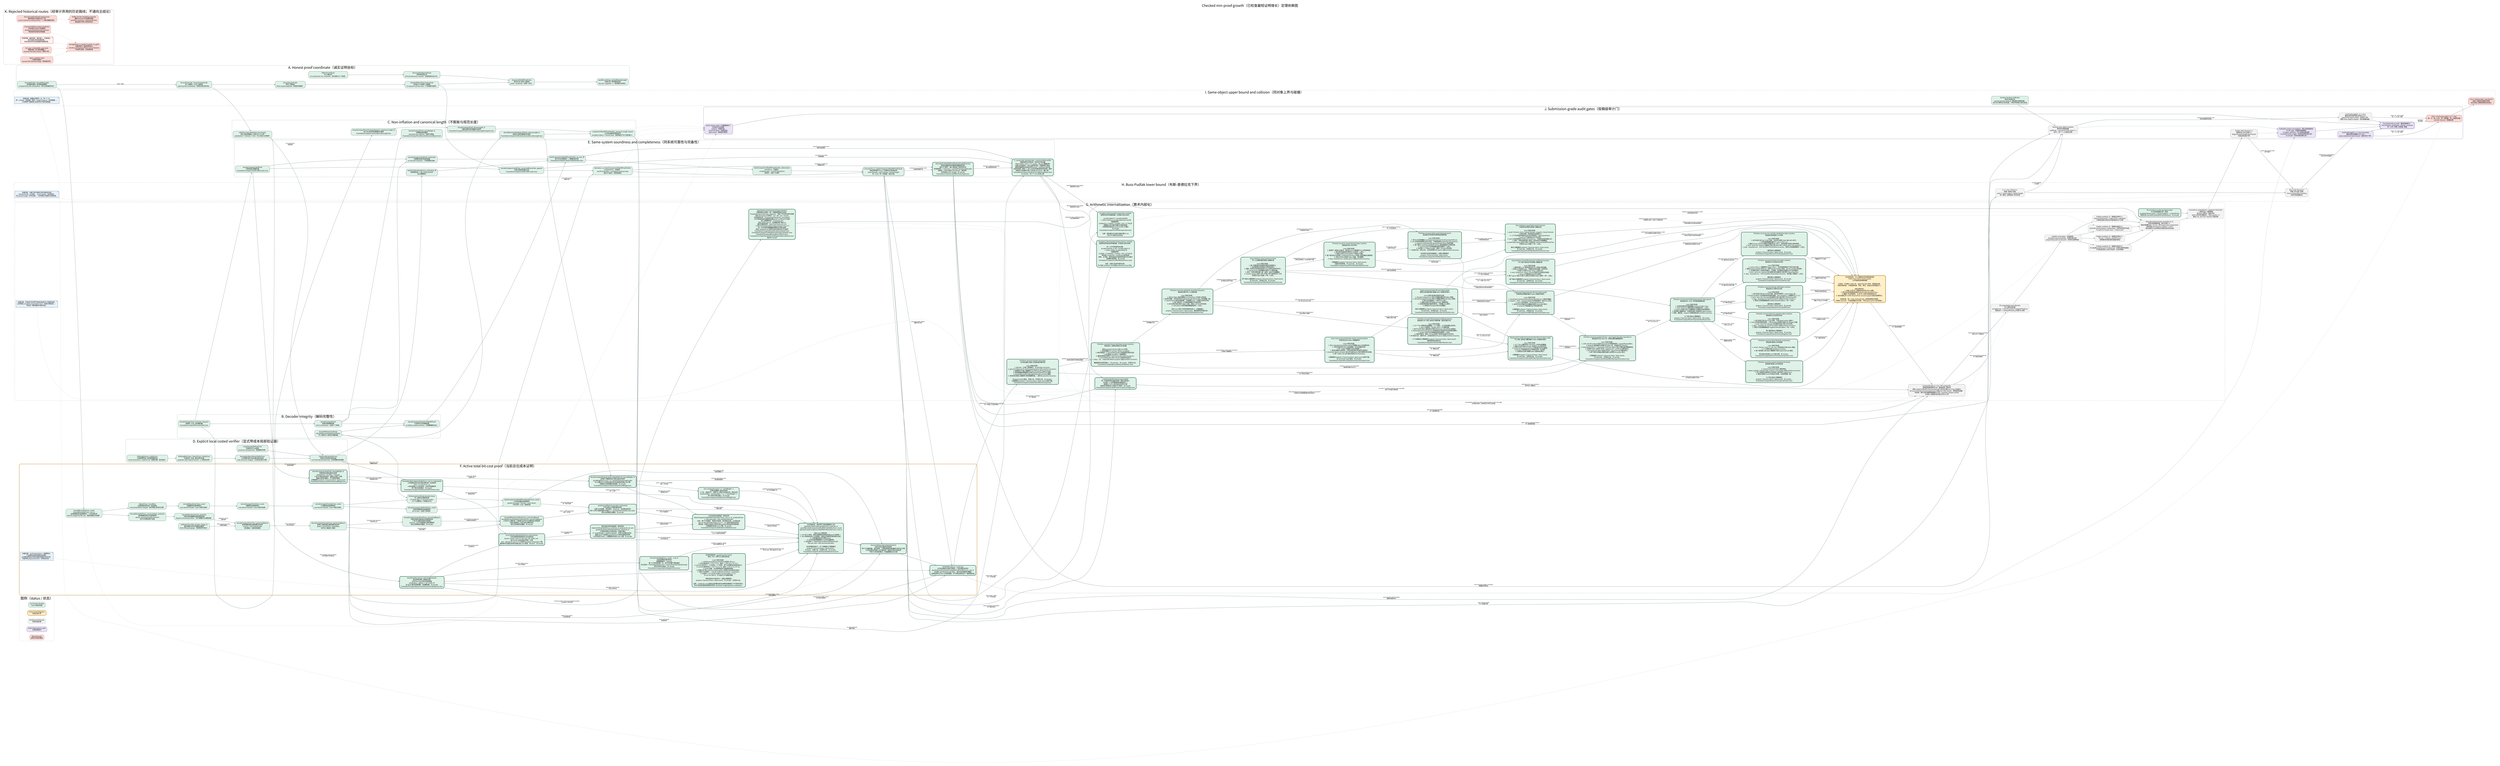
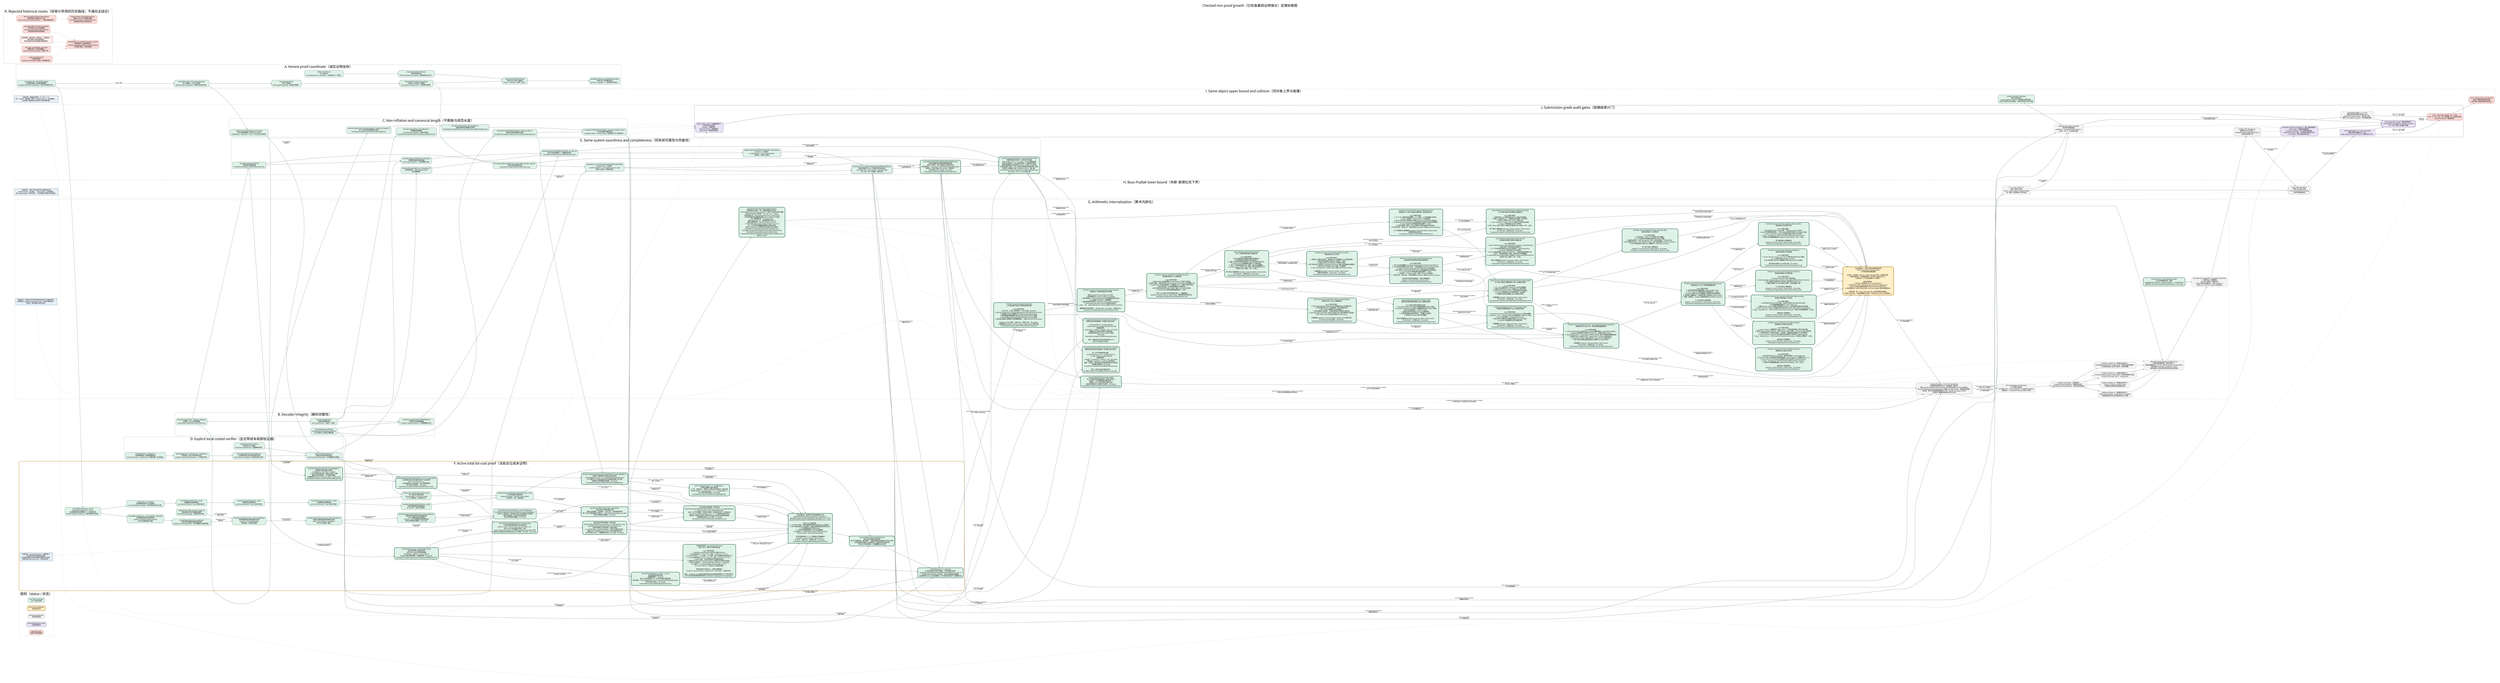
digraph CheckedMinProofDependencies {
  graph [
    rankdir=LR,
    bgcolor="white",
    compound=true,
    newrank=true,
    pad="0.35",
    nodesep="0.30",
    ranksep="0.62",
    fontname="Noto Sans CJK SC",
    fontsize=24,
    label="Checked min-proof growth（已检查最短证明增长）定理依赖图",
    labelloc="t",
    labeljust="c"
  ];
  node [
    shape=box,
    style="rounded,filled",
    fontname="Noto Sans CJK SC",
    fontsize=10.5,
    color="#526d75",
    fillcolor="#eef3f4",
    margin="0.14,0.09",
    penwidth=1.2
  ];
  edge [
    fontname="Noto Sans CJK SC",
    fontsize=8.5,
    color="#65777d",
    arrowsize=0.68,
    penwidth=1.05
  ];

  subgraph cluster_legend {
    label="图例（status / 状态）";
    color="#c8d1d4";
    style="rounded";
    done [label="Lean kernel checked\nLean 内核已检查", fillcolor="#dff2e8", color="#3f7c66"];
    active [label="Active proof obligation\n当前证明义务", fillcolor="#fff0c9", color="#b37a12", penwidth=2.2];
    pending [label="Pending root theorem\n待闭合根定理", fillcolor="#f3f3f3", color="#777777", style="rounded,filled,dashed"];
    audit [label="Axiom/dependency audit\n公理/依赖审计", fillcolor="#e9e3f5", color="#76639a"];
    rejected [label="Rejected route\n经审计弃用的路线", fillcolor="#f8d9d6", color="#a8443d", style="rounded,filled,dashed"];
  }

  subgraph cluster_coordinate {
    label="A. Honest proof coordinate（诚实证明坐标）";
    color="#8fb7aa";
    style="rounded";

    natcode [label="binaryNatCode / decodeBinaryNat\n自然数前缀码 / 自然数前缀解码\nescaped-bit prefix serialization（转义位前缀序列化）", fillcolor="#dff2e8"];
    syntaxcode [label="binaryTermCode + binaryFormulaCode\n项二进制码 + 公式二进制码\ntyped syntax serialization（类型化语法序列化）", fillcolor="#dff2e8"];
    sequentcode [label="binarySequentCode\n序列二进制码\nfinite sequent payload（有限序列载荷）", fillcolor="#dff2e8"];
    prooftree [label="CheckedPAProofTree.binaryCode\n已检查 PA 证明树二进制码\n10 sequent-calculus rules（十条相继式规则）", fillcolor="#dff2e8"];
    axiomcert [label="PAAxiomCertificate\nPA 公理证书\n23 constructors incl. induction（含归纳的 23 个构造）", fillcolor="#dff2e8"];
    structcert [label="StructuralValidityCertificate\n结构有效性证书\nall local witnesses counted（全部局部见证计长）", fillcolor="#dff2e8"];
    certifiedcode [label="binaryCertifiedPAProofCode\n带证书 PA 证明二进制码\nproof + certificate（证明 + 证书）", fillcolor="#dff2e8"];
    packedcode [label="packBinaryString / packedPayloadLength\n位串打包 / 有效载荷长度\nNat.size = payload + 1（自然数位长等式）", fillcolor="#dff2e8"];

    natcode -> syntaxcode [label="labels / 标签"];
    syntaxcode -> sequentcode;
    sequentcode -> prooftree;
    axiomcert -> structcert;
    prooftree -> certifiedcode;
    structcert -> certifiedcode;
    certifiedcode -> packedcode;
  }

  subgraph cluster_decoder {
    label="B. Decoder integrity（解码完整性）";
    color="#8fb7aa";
    style="rounded";

    typeddecoder [label="decodeCompactTerm / Formula / Sequent\n紧凑项 / 公式 / 序列解码器\nFoundationCompactPAProofVerifier.lean", fillcolor="#dff2e8"];
    proofdecoder [label="decodeCompactProof\n紧凑证明树解码器\nall 10 constructors（全部十个构造）", fillcolor="#dff2e8"];
    certdecoder [label="decodePAAxiomCertificate\ndecodeStructuralValidityCertificate\nPA 公理证书 / 结构证书解码器", fillcolor="#dff2e8"];
    packeddecoder [label="decodeCompactPackedCertifiedPAProof\n打包带证书证明解码器\nno hidden auxiliary witness（无隐藏辅助见证）", fillcolor="#dff2e8"];

    typeddecoder -> proofdecoder;
    certdecoder -> packeddecoder;
    proofdecoder -> packeddecoder;
  }

  subgraph cluster_size {
    label="C. Non-inflation and canonical length（不膨胀与规范长度）";
    color="#8fb7aa";
    style="rounded";

    structural [label="decodeCompactProof_parseWeight_le\n证明解码结构量界\nstructural non-inflation（结构不膨胀）\nFoundationCompactProofDecoderStructuralBound.lean", fillcolor="#dff2e8"];
    syntaxcanonical [label="decodeCompactTerm/Formula/Sequent_canonical_length_le\n项/公式/序列规范重编码长度界\nFoundationCompactCanonicalDecodeLength.lean", fillcolor="#dff2e8"];
    proofcanonical [label="decodeCompactProof_binaryLength_le\n完整证明树规范重编码长度界\nFoundationCompactProofCanonicalDecodeLengthComplete.lean", fillcolor="#dff2e8"];
    certcanonical [label="decodeStructuralValidityCertificate_binaryLength_le\n结构证书规范重编码长度界\nFoundationCompactCertificateCanonicalDecodeLength.lean", fillcolor="#dff2e8"];
    totalcanonical [label="compactCertifiedPAProofVerifier_canonical_length_bound\n公开验证器规范载荷总界\naccepted output <= honest input（接受输出不长于诚实输入）", fillcolor="#dff2e8"];
    transformsize [label="shift/free/neg/substitution size bounds\n移位/自由变量嵌入/否定/代入大小界\nsubstitution <= formula × term（代入至多公式乘项）", fillcolor="#dff2e8"];

    typeddecoder -> syntaxcanonical;
    proofdecoder -> structural;
    syntaxcanonical -> proofcanonical;
    certdecoder -> certcanonical;
    proofcanonical -> totalcanonical;
    certcanonical -> totalcanonical;
    syntaxcode -> transformsize;
  }

  subgraph cluster_explicit_local {
    label="D. Explicit local costed verifier（显式带成本局部验证器）";
    color="#8fb7aa";
    style="rounded";

    biteq [label="bitStringEqTrace / natEqTrace\n位串相等轨迹 / 自然数相等轨迹\nresult correctness + explicit cost（结果正确 + 显式成本）", fillcolor="#dff2e8"];
    bitset [label="bitStringMemTrace / SubsetTrace / SetEqTrace\n位串成员 / 包含 / 集合等价轨迹\nquadratic-style explicit bounds（二次型显式界）", fillcolor="#dff2e8"];
    formulalist [label="formulaEq/Mem/Subset/SetEqTrace\n公式相等/成员/包含/集合等价轨迹\ncode emission charged（公式码生成已计费）", fillcolor="#dff2e8"];
    listedtree [label="ListedCheckedPAProofTree\n列表序列 PA 证明树\npreserves decoded lists（保留解码列表）", fillcolor="#dff2e8"];
    listedcert [label="listedCertificateValidTrace\n列表证书有效性成本轨迹\nno Finset decide black box（无有限集判定黑箱）", fillcolor="#dff2e8"];

    biteq -> bitset;
    bitset -> formulalist;
    listedtree -> listedcert;
    formulalist -> listedcert;
    transformsize -> listedcert [label="local transforms\n局部变换"];
  }

  subgraph cluster_same_system {
    label="E. Same-system soundness and completeness（同系统可靠性与完备性）";
    color="#8fb7aa";
    style="rounded";

    listdecoder [label="decodeCompactListedProof\n列表保持证明解码器\nFoundationCompactListedProofDecoder.lean", fillcolor="#dff2e8"];
    projection [label="decodeCompactListedProof_toChecked\n列表解码投影到原检查器\n10-rule fuel induction（十规则燃料归纳）", fillcolor="#dff2e8"];
    localiff [label="listedCertificateValidTrace_toChecked_iff\n新局部轨迹 <-> 原 certificateValid\n语义精确等价", fillcolor="#dff2e8"];
    publiciff [label="listedCompactCertifiedPAProofVerifier_eq_true_iff\n新公开验证器接受 <-> 精确检查关系\nFoundationCompactListedCertifiedVerifier.lean", fillcolor="#dff2e8"];
    soundness [label="listedCompactCertifiedPAProofVerifier_toDerivation\nsoundness（可靠性）\naccepted code -> real PA Derivation2\n接受码 -> 真实 PA 推导", fillcolor="#dff2e8"];
    listencoder [label="decodeCompactListedProof_canonicalBinaryCode_append\n列表证明规范编码往返\nFoundationCompactListedProofEncoder.lean", fillcolor="#dff2e8"];
    completeness [label="derivation_to_listedCompactCertifiedPAProofVerifier\ncompleteness（完备性）\nreal PA derivation -> accepted canonical code\n真实 PA 推导 -> 规范接受码", fillcolor="#dff2e8"];
    predicate [label="Concrete P(x,y) / ListedCompactCertifiedPAProofChecks\n具体证明谓词 P(x,y) / 列表带证书检查关系\nsame formula + same checker + honest length\n同一公式 + 同一检查器 + 诚实长度", fillcolor="#dff2e8", penwidth=2.0];
    minmeasure [
      label="minListedCertifiedPAProofPayloadLength(formula)\n具体检查器诱导的最短完整载荷长度\n真实 PA 推导 -> 最小值由某个接受码实现\n任意接受码 -> minimum <= packedPayloadLength(code)\n接受码 -> 同公式真实 Derivation2（推导树）\n无项目级 proof_length；无 sorryAx\nFoundationCompactListedMinProofLength.lean",
      fillcolor="#dff2e8", color="#2f6f57", penwidth=2.8
    ];
    canonicalnormalize [
      label="P_canon(code, formulaCode) + canonical Bool verifier\n纯数值规范证明关系 + 规范布尔验证器\nBool verifier = true <-> P_canon，由 Lean 精确证明\n任意公开接受码 -> 同公式码规范码，完整载荷不增长\n最短完整载荷必由真实规范 proof + certificate 码实现\n全体码有限一致性 <-> 同 cutoff 的纯数值规范码有限一致性\n非规范/冗余编码不能人为压低 minimum（最小值）\nFoundationCompactListedCanonicalNormalization.lean\n无 sorryAx；仅三个 Lean 标准公理",
      fillcolor="#dff2e8", color="#2f6f57", penwidth=2.8
    ];

    typeddecoder -> listdecoder;
    listdecoder -> projection;
    proofdecoder -> projection;
    listedcert -> localiff;
    projection -> publiciff;
    localiff -> publiciff;
    packeddecoder -> publiciff;
    publiciff -> soundness;
    prooftree -> listencoder;
    listdecoder -> listencoder;
    listencoder -> completeness;
    listedcert -> completeness;
    soundness -> predicate;
    completeness -> predicate;
    predicate -> minmeasure [label="minimum over accepted codes\n对接受码取最小值"];
    completeness -> minmeasure [label="nonempty accepted set\n接受集合非空"];
    publiciff -> canonicalnormalize [label="decode every accepted code\n解码任意接受码"];
    listencoder -> canonicalnormalize [label="canonical re-encoding\n规范重编码"];
    totalcanonical -> canonicalnormalize [label="no payload growth\n载荷不增长"];
    minmeasure -> canonicalnormalize [label="minimum realized canonically\n最小值由规范码实现"];
  }

  subgraph cluster_cost_active {
    label="F. Active total bit-cost proof（当前总位成本证明）";
    color="#c18a27";
    style="rounded,bold";

    nattrace [label="decodeBinaryNatTrace_result\ndecodeBinaryNatTrace_cost_le\n自然数解码轨迹结果等价 + 二次位成本界\nNat.bit charged by Nat.size（按自然数位长收费）", fillcolor="#dff2e8", color="#3f7c66"];
    tracebind [label="OptionTrace + traceBind\n可选结果成本轨迹 + 轨迹绑定\nevery bind/failure charged（每次绑定/失败均计费）", fillcolor="#dff2e8", color="#3f7c66"];
    vectortrace [label="decodeManyVectorTrace_result\n向量解码轨迹结果等价\nLean kernel checked（Lean 内核已检查）", fillcolor="#dff2e8", color="#3f7c66"];
    termtrace [label="decodeCompactTermTrace_result\n项解码轨迹结果等价\nLean kernel checked（Lean 内核已检查）", fillcolor="#dff2e8", color="#3f7c66"];
    formulatrace [label="decodeCompactFormulaTrace_result\n公式解码轨迹结果等价\nLean kernel checked（Lean 内核已检查）", fillcolor="#dff2e8", color="#3f7c66"];
    prooftrace [label="decodeCompactListedProofTrace_result\n列表证明解码轨迹结果等价\nall 10 rules（全部十条规则）", fillcolor="#dff2e8", color="#3f7c66"];
    certtrace [label="PA/structural certificate decoder traces\nPA / 结构证书解码轨迹\n23 axiom tags + 4 recursive nodes\n23 个公理标签 + 4 种递归节点", fillcolor="#dff2e8", color="#3f7c66"];
    publictrace [label="listedCompactCertifiedPAProofVerifierTrace_result\n公开验证器轨迹结果等价\npacked envelope + formula + local checks\n打包外壳 + 公式 + 局部检查", fillcolor="#dff2e8", color="#3f7c66"];
    natpotential [label="decodeBinaryNatTrace_success/failure_potential\n自然数解码成功/失败势能界\nquartic consumed-prefix invariant\n四次已消费前缀不变量", fillcolor="#dff2e8", color="#3f7c66"];
    vectorpotential [label="decodeManyVectorTrace_potential\n任意长度向量解码摊还势能定理\ndisjoint consumed prefixes（互不重叠的已消费前缀）", fillcolor="#dff2e8", color="#3f7c66"];
    symbolcharge [label="arithmeticFunc/Rel_decode_charge_le\n算术函数/关系符号解码收费界\nfinite ORing language（有限有序环语言）", fillcolor="#dff2e8", color="#3f7c66"];
    termpotential [label="decodeCompactTermTrace_parserCostBound\n紧凑项解码器全路径摊还成本界\nsuccess + every failure path\n成功路径 + 全部失败路径", fillcolor="#dff2e8", color="#3f7c66"];
    formulapotential [label="decodeCompactFormulaTrace_parserCostBound\n紧凑公式解码器全路径摊还成本界\natoms / connectives / quantifiers\n原子式 / 联结词 / 量词", fillcolor="#dff2e8", color="#3f7c66"];
    proofpotential [
      label="decodeCompactListedProofTrace_parserCostBound\n列表证明树全路径四次势能成本界\n十条 PA 相继式规则全部通过\nand/cut 二叉子证明势能已望远镜相消\n成功/失败路径全覆盖；无 sorryAx",
      fillcolor="#dff2e8", color="#3f7c66"
    ];
    certpotential [
      label="decodePAAxiomCertificateTrace_parserCostBound\ndecodeStructuralValidityCertificateTrace_parserCostBound\n23 种 PA 公理标签 + 4 种递归证书节点全路径四次势能界\n归纳公理体和二元证书树已摊还闭合\n成功/失败路径全覆盖；无 sorryAx",
      fillcolor="#dff2e8", color="#3f7c66", penwidth=2.2
    ];
    packedcost [
      label="packed proof/formula decoder cost bounds\n打包证明/公式解码器成本界\n证明+证书串联、末位哨兵、dropLast、空后缀全部闭合\n两个公开打包解码器均不超过 2 × decoderPotential(Nat.size code)\n成功/失败路径全覆盖；无 sorryAx",
      fillcolor="#dff2e8", color="#2f6f57", penwidth=2.8
    ];
    transformcode [
      label="transformation binary-code length bounds\n语法变换完整二进制码长界\nshift/free/neg 均至多线性膨胀\nsubstitution：|phi[t]| <= 3(F+1)(W+1)F\n含 qpow 量词深度预算；无隐藏参数；无 sorryAx\nFoundationCompactSyntaxTransformationCodeBounds.lean",
      fillcolor="#dff2e8", color="#2f6f57", penwidth=2.8
    ];
    negtrace [
      label="binaryFormulaNegTrace_result / _cost_le\n否定变换真实递归轨迹\n结果精确等于 ∼formula\n每个公式构造收费一步；原子项向量不重复遍历\n执行成本 <= formulaSymbolCount <= |binaryFormulaCode(formula)|\n单文件探针已通过；无 sorryAx\nFoundationCompactSyntaxNegationTrace.lean",
      fillcolor="#dff2e8", color="#2f6f57", penwidth=2.8
    ];
    axmjoint [
      label="axm comparator input <= 2 * jointWeight + 1\n公理比较器输入联合坐标界\n上下文、候选句子、完整 PA 公理证书均落在同一诚实位权\ncertificateBits + sentenceBits + 1 <= 2 * jointWeight + 1\n四个坐标引理已通过；无 sorryAx\nFoundationCompactListedAxiomJointWeight.lean",
      fillcolor="#dff2e8", color="#2f6f57", penwidth=2.8
    ];
    honestproof [
      label="decodeCompactListedProof_honestWeight_le\n列表保持证明树诚实位权界\nweight(tree) + 8|suffix| <= 8|input|\n十条 PA 规则全部闭合；重复公式逐个计费\n覆盖任意成功解码，不只是规范编码\n公理画像仅 propext / Classical.choice / Quot.sound\nFoundationCompactListedProofHonestWeight.lean",
      fillcolor="#dff2e8", color="#2f6f57", penwidth=2.8
    ];
    honestcert [
      label="decodeCompactPackedListedCertifiedPAProof_honestWeight_le\n证明树+完整结构证书联合诚实位权界\njointWeight(tree,cert) <= 8 * packedPayloadLength(code)\nPA 公理证书 23 标签及递归证书全部由实际输入位计费\n无辅助见证和隐藏长度参数；无 sorryAx\nFoundationCompactListedCertifiedHonestWeight.lean",
      fillcolor="#dff2e8", color="#2f6f57", penwidth=2.8
    ];
    localprimitives [
      label="formulaEq/Mem/Subset/SetEqTrace_cost_le_polynomial\n公式相等/成员/包含/集合等价统一位成本界\nP(w) = 4 + 2(w+3)^2 + w\nw 是全部输入公式码位权，包含列表重复项\n四个端点全部通过；无 sorryAx\nFoundationCompactListedLocalCostPrimitives.lean",
      fillcolor="#dff2e8", color="#2f6f57", penwidth=2.8
    ];
    localbranches9 [
      label="10/10 listedCertificateValidTrace cost branches\n十条证明规则局部成本分支全部闭合\nclosed / verum / and / or / all / exs / wk / shift / cut：\n由 P(G(w)) 及生成语法界统一计费\naxm：由 A(w)=K*(2w+1)^12 的真实 guarded comparator 计费\n最终每节点固定多项式包络已由 Lean 检查；无 haxm、无 sorryAx",
      fillcolor="#dff2e8", color="#2f6f57", penwidth=2.8
    ];
    localinduction [
      label="联合坐标内部归纳骨架 + 具体实例\nlistedCertificateValidTrace_jointCost_le_polynomial_of_axm\nguardedListedCertificateValidTrace_jointCost_le\n十规则证明树/证书同步统一归纳已通过\nb = proofWeight + certificateWeight（证明+证书联合位权）\n抽象 haxm 已由真实 guarded axm 成本定理具体消除\n公开实例无 haxm；公理画像仅标准 Lean 公理；无 sorryAx",
      fillcolor="#dff2e8", color="#2f6f57", penwidth=2.8
    ];
    publicskeleton [
      label="公开总成本内部骨架 + 具体实例\nlistedCompactCertifiedPAProofVerifierTrace_cost_le_of_certificateTrace\ns = Nat.size(code) + Nat.size(formulaCode)\n合并：两个打包解码、局部证书检查、结论集合比较、公式码比较\nQ(s)=4*decoderPotential(s)+L(s)+1，L(s) 是显式固定多项式\n原先唯一内部证书成本义务现已由 guarded 联合成本定理消除\n公理画像仅标准 Lean 公理；无 sorryAx\nFoundationCompactListedPublicCostSkeleton.lean",
      fillcolor="#dff2e8", color="#2f6f57", penwidth=2.8
    ];
    publiccost [
      label="【主终端完成：具体带守卫检查器最终汇合】\nguardedListedCertificateValidTrace_jointCost_le\nguardedListedCompactCertifiedPAProofVerifierTrace_result\nguardedListedCompactCertifiedPAProofVerifierTrace_cost_le\n\n已由 Lean 内核检查：\n1. axm 的 23 标签、接受/拒绝路径和候选长度 guard 全部统一；\n2. axm 局部成本进入与证明树、结构证书相同的诚实联合位权；\n3. 十规则整树成本不再带 haxm；\n4. 公开轨迹结果精确等于公开验证器结果；\n5. 总位成本 <= listedPublicVerifierCostPolynomial(\n   Nat.size code + Nat.size formulaCode)。\n\n定向构建退出码 0；五个关键端点公理画像仅\npropext / Classical.choice / Quot.sound。\n无 haxm、无输入包、无项目公设、无 sorryAx。\nFoundationCompactListedGuardedAxiomCost.lean",
      fillcolor="#dff2e8", color="#2f6f57", penwidth=2.8
    ];
    amortized [label="Success/failure total potential bound\n成功/失败全路径总势能界\n两个打包解码器、语法变换、十规则局部检查和最终比较均已计费\n公开轨迹的所有输入对均满足同一固定多项式位成本界\n不是只分析接受路径；无隐藏辅助见证长度", fillcolor="#dff2e8", color="#2f6f57", style="rounded,filled", penwidth=2.8];
    costnote [shape=note, label="关键注释：result equivalence（结果等价）\n只证明轨迹没有改掉验证结果；\n必须再证明成功/失败全路径的固定多项式界，\n才能声称 polynomial time（多项式时间）。", fillcolor="#e8f1f8", color="#4e7892"];
    transformtrace [label="【共享终端完成：guarded axiom trace】\n移位 / 代入 / 带守卫公理比较轨迹\n\nLean 内核已检查：\n1. shift/free/substitution/list/fixitr 的真实 QTrace；\n2. fixitr 输出码长 <= 4*(L+1)^2；成本 <= 128*(m+L+1)^2*L；\n3. succInd 四次代入、三次否定、三个析取、两个全称量词全部真实执行；\n4. succInd 输出码长 <= 10^7*(L+1)^4；成本 <= 10^11*(L+1)^12；\n5. guard 完备：合法相等候选不会被提前拒绝；\n6. 接受分支 fixitr/allClosure/formulaEq 与拒绝分支总成本均闭合；\n7. 全部 23 标签统一：true iff certificate.sentence = candidate；\n8. 总成本 <= K*(certificateBits+sentenceBits+1)^12，\n   K=10^30+(3B+4)，B 为显式 26 句固定预算。\n\n两条验收命令退出码 0；关键公理画像仅\npropext / Classical.choice / Quot.sound；无 sorryAx、无项目公设。\n\n边界：certificate-only 直接生成完整归纳句在稀疏变量编号下不可能多项式；\n本节点完成的是保持接受关系的 candidate-length guarded comparator。", fillcolor="#dff2e8", color="#2f6f57", style="rounded,filled", penwidth=2.8];
    polytime [label="VerifierBitCost(x,y) <= p(|x|+|y|)\n公开验证器总位成本不超过一个显式固定多项式\nguardedListedCompactCertifiedPAProofVerifierTrace_cost_le\n对全部 code/formulaCode 成立，成功与失败路径均覆盖\n这里是项目 QTrace 位成本模型；PA 内短证明仍由下一簇单独完成", fillcolor="#dff2e8", color="#2f6f57", style="rounded,filled", penwidth=2.8];

    natcode -> nattrace;
    nattrace -> tracebind;
    tracebind -> vectortrace;
    vectortrace -> termtrace;
    termtrace -> formulatrace;
    formulatrace -> prooftrace;
    certdecoder -> certtrace;
    formulatrace -> certtrace;
    prooftrace -> publictrace;
    certtrace -> publictrace;
    publictrace -> amortized [label="exact behavior first\n先固定精确行为"];
    nattrace -> natpotential;
    natpotential -> vectorpotential;
    vectorpotential -> termpotential [label="argument vectors\n参数向量"];
    symbolcharge -> termpotential [label="finite symbol decoding\n有限符号解码"];
    termpotential -> formulapotential [label="terms inside atoms\n原子式中的项"];
    formulapotential -> proofpotential [label="formulas inside sequents\n序列中的公式"];
    proofpotential -> certpotential [label="proof/certificate alignment\n证明树/证书树对齐"];
    formulapotential -> certpotential [label="induction body\n归纳公理体"];
    certpotential -> packedcost [label="proof + certificate stream\n证明 + 证书串"];
    publictrace -> packedcost [label="same executable result\n同一可执行结果"];
    packedcost -> publiccost [label="decoded objects\n已解码对象"];
    transformsize -> transformcode [label="from symbol count to full bits\n从符号数提升到完整位长"];
    transformcode -> negtrace [label="input bit-length control\n输入位长控制"];
    negtrace -> publiccost [label="closed/cut negation charge\n闭合/切规则否定计费"];
    transformcode -> publiccost [label="generated-code bounds\n生成公式码长界"];
    listdecoder -> honestproof [label="all successful parses\n全部成功解码"];
    honestproof -> honestcert [label="proof-tree charge\n证明树计费"];
    certcanonical -> honestcert [label="full certificate bits\n完整证书位"];
    honestcert -> publiccost [label="joint decoded-data bound\n联合解码数据界"];
    honestcert -> axmjoint [label="proof + certificate coordinate\n证明 + 证书坐标"];
    axmjoint -> publiccost [label="guarded comparator input bound\n带守卫比较器输入界"];
    listedcert -> localprimitives [label="exact trace costs\n精确轨迹成本"];
    honestproof -> localprimitives [label="duplicate-preserving weights\n保留重复项位权"];
    localprimitives -> publiccost [label="uniform quadratic bound\n统一二次界"];
    localprimitives -> localbranches9 [label="per-rule instantiation\n逐规则实例化"];
    transformcode -> localbranches9 [label="generated syntax bounds\n生成语法界"];
    localbranches9 -> publiccost [label="nine checked branches\n九条已检查分支"];
    localbranches9 -> localinduction [label="structural aggregation\n结构汇总"];
    localinduction -> publiccost [label="haxm concretely discharged\nhaxm 已由具体定理消除"];
    localinduction -> publicskeleton [label="local certificate polynomial\n局部证书多项式"];
    packedcost -> publicskeleton [label="two packed decoder bounds\n两个打包解码界"];
    honestcert -> publicskeleton [label="decoded joint weight\n解码联合位权"];
    publicskeleton -> publiccost [label="concrete discharge checked\n具体消义务已检查"];
    listedcert -> publiccost [label="explicit local checks\n显式局部检查"];
    publiccost -> amortized;
    totalcanonical -> amortized [label="consumed-length control\n消费长度控制"];
    costnote -> amortized [style=dotted, arrowhead=none, constraint=false];
    transformcode -> transformtrace;
    transformtrace -> publiccost [label="guarded axm + shift/free/substitution costs\n带守卫公理 + 移位/自由化/代入成本"];
    amortized -> polytime;
    transformtrace -> polytime;
    totalcanonical -> polytime [label="input/output length control\n输入输出长度控制"];
    listedcert -> polytime [label="local cost bounds\n局部成本界"];
    predicate -> polytime [label="exact executable relation\n精确可执行关系"];
  }

  subgraph cluster_internalization {
    label="G. Arithmetic internalization（算术内部化）";
    color="#9a9a9a";
    style="rounded,dashed";

    listedconmeta [label="ListedCertifiedFiniteConsistencyAt(k)\n同一列表保持验证器的有限一致性元层语义\n无长度 <= k 的完整载荷码被接受为 ⊥\n普通及 2^(A*n) 放大版本无条件为真\n接受反向恢复同公式真实 PA 推导；无 sorryAx\nFoundationCompactListedFiniteConsistencyTarget.lean", fillcolor="#dff2e8", color="#2f6f57", penwidth=2.8];
    arithinput [label="Primitive-recursive packed input layer\n公开验证器打包输入的原始递归算术层\n\nLean 内核已检查：\n1. Nat.bits（小端二进制展开）为 primitive recursive；\n2. getLast?/dropLast 与 sentinel payload peel 均为 primitive recursive；\n3. 剥离成功 iff 输入精确等于 packBinaryString(payload)；\n4. 新剥离器结果精确等于现有 packedPayloadTrace 结果；\n5. decodeBinaryNat 已由 right-fold state machine 重建；\n6. 新状态机逐输入精确等于原前缀解码器，二者均为 primitive recursive。\n\n无 typed syntax 假设、无输入包、无项目公设、无 sorryAx；\n公理画像仅 propext / Classical.choice / Quot.sound 或其子集。\nFoundationCompactListedVerifierArithmeticInput.lean", fillcolor="#dff2e8", color="#2f6f57", penwidth=2.8];
    tokenstream [label="Primitive-recursive binary-Nat token stream machine\n原始递归二进制自然数记号流机器\n\n具体 bounded iterator 已由 Lean 检查：\n1. 状态明确区分 running / failed / accepted；\n2. 每步调用同一个 decodeBinaryNat 并保留真实剩余位串；\n3. 总步数由 inputBits+1 明确限制；\n4. 最终结果逐位串等于 repeated-prefix reference parser；\n5. binaryNatCode token stream 的规范往返成立；\n6. step、run、output 和 reference parser 全部 primitive recursive。\n\n覆盖畸形和非规范输入；无 rawCode、无 sorryAx、无项目公设。\nFoundationCompactBinaryNatStreamMachine.lean", fillcolor="#dff2e8", color="#2f6f57", penwidth=2.8];
    bitsync [label="Exact noncanonical bit/token stream synchronization\n非规范位流与 token 流精确同步\n\nLean 内核已检查：\n1. 定义 repeated decodeBinaryNat 的精确 token/位后缀关系；\n2. 关系可按任意 token 前后缀唯一切分并重新合成；\n3. 同一 token 前缀留下的位后缀唯一；\n4. 规范位编码只是特例，不把非规范高位零误判为规范码；\n5. bounded stream decoder 成功 iff 全部 token 恰好消费至空位后缀；\n6. 每个 token-list split 都对应真实 bit boundary。\n\n公理画像仅 propext / Classical.choice / Quot.sound 或其子集；\n无 canonical-input 假设、无 sorryAx。\nFoundationCompactBinaryNatStreamSynchronization.lean", fillcolor="#dff2e8", color="#2f6f57", penwidth=2.8];
    syntaxparser [label="Primitive-recursive arithmetic term/formula parser\n原始递归算术项 / 公式解析器\n\nLean 内核已检查：\n1. 纯 Nat token 状态机覆盖 bvar/fvar/func 与全部公式构造；\n2. 有序环函数、关系符号码与 typed decoder 的 decode₂ 条件精确一致；\n3. repeat frame 逐项处理参数，不按稀疏 arity 一次展开巨型任务表；\n4. 每个真实项 / 公式都有精确执行步数定理；\n5. 执行步数不超过真实 token 长度，固定二次 fuel 必然足够；\n6. 公开 parser 对规范编码精确返回同一 suffix。\n\n定向 Lean 探针与目标构建退出码 0；公理画像仅\npropext / Classical.choice / Quot.sound；静态禁用项扫描为空。\nFoundationCompactSyntaxTokenMachine.lean", fillcolor="#dff2e8", color="#2f6f57", penwidth=2.8];
    syntaxinversion [label="Exact arbitrary-input syntax inversion\n项 / 公式解析器任意输入精确反演\n\nLean 内核已检查：\n1. 每个纯数值任务栈都有类型化前缀语义；\n2. 每次数值状态转换反向保持该语义；\n3. 函数 / 关系符号有效码恢复同 arity 的真实有序环符号；\n4. repeat frame 恢复精确长度的 Fin 参数向量；\n5. 成功、失败及畸形输入统一由同一后向不变量覆盖；\n6. numeric parser 返回 suffix iff 输入等于某真实项 / 公式\n   的规范 token 前缀 ++ 同一 suffix。\n\n两个端点公理画像仅 propext / Classical.choice / Quot.sound；\n无 rawCode、无项目公设、无 sorryAx。\nFoundationCompactSyntaxTokenMachineInversion.lean", fillcolor="#dff2e8", color="#2f6f57", penwidth=2.8];
    syntaxbitsync [label="Typed syntax decoder iff exact token prefix\n类型化语法解码器与精确 token 前缀双向等价\n\nLean 内核已检查任意成功位串：\n1. decodeCompactTerm 成功 iff 精确消费该项 token 前缀；\n2. decodeCompactFormula 成功 iff 精确消费该公式 token 前缀；\n3. 两方向均保留同一个真实 bit suffix；\n4. 函数/关系符号代码由 decode₂ 精确恢复；\n5. 任意有限参数向量逐项同步，不隐藏 arity 展开；\n6. 非规范 binaryNat 表示完全覆盖。\n\n端点公理画像仅 propext / Classical.choice / Quot.sound；\n无 rawCode、无项目公设、无 sorryAx。\nFoundationCompactSyntaxBitTokenSynchronization.lean", fillcolor="#dff2e8", color="#2f6f57", penwidth=2.8];
    closedformula [label="Primitive-recursive closed-formula token machine\n原始递归闭公式记号机\n\nLean 内核已检查：\n1. 复用同一紧凑公式语法，但所有 term 位置遇到 fvar 标签即拒绝；\n2. 每次成功恢复真实类型化公式及同一 suffix；\n3. 恢复公式的 freeVariables 严格等于空集；\n4. 每个真实闭公式及每个 ArithmeticSentence 的嵌入规范编码必被接受；\n5. 成功 iff 闭公式规范 token 前缀，双向精确；\n6. step / bounded run / public parser 全部 primitive recursive。\n\n公理画像仅 propext / Classical.choice / Quot.sound；\n无额外闭性参数、无 rawCode、无 sorryAx。\nFoundationCompactClosedFormulaTokenMachine.lean", fillcolor="#dff2e8", color="#2f6f57", penwidth=2.8];
    proofparser [label="Primitive-recursive listed-proof structural parser\n原始递归列表保持证明树结构解析器\n\nLean 内核已检查：\n1. 纯 Nat 任务栈覆盖 closed/axm/verum/and/or/all/exs/wk/shift/cut；\n2. axm 标签现调用独立闭公式机，不再把普通 proposition 当 sentence；\n3. sequent cardinality 由 repeat-formula frame 逐项消费；\n4. 每个真实 ListedCheckedPAProofTree 都有精确执行步数定理；\n5. and/cut 左右子证明按编码顺序消费同一 suffix；\n6. 总步数 <= 2*tokenLength，固定二次 fuel 必然足够；\n7. 十标签分派、闭句分支、总状态机和公开 parser 全部 primitive recursive。\n\n定向探针及目标构建通过；关键公理画像仅\npropext / Classical.choice / Quot.sound。\nFoundationCompactProofTokenMachine.lean", fillcolor="#dff2e8", color="#2f6f57", penwidth=2.8];
    proofinversion [label="Exact arbitrary-input listed-proof inversion\n列表保持证明树任意输入精确反演\n\nLean 内核已检查：\n1. proof / formula / term / repeat-formula / sequent / closed-formula\n   六类任务统一具有类型化前缀语义；\n2. 十个节点标签的每条反向分支均恢复同一 typed proof tree；\n3. and/cut 严格恢复左右子树次序；\n4. axm 分支恢复真实 ArithmeticSentence，不接受含自由变量公式；\n5. 成功、失败及畸形输入由同一后向状态不变量覆盖；\n6. proof token parser 成功 iff 输入为某真实 ListedCheckedPAProofTree\n   的规范 token 前缀 ++ 同一 suffix。\n\n端点公理画像仅 propext / Classical.choice / Quot.sound；\n无 rawCode、无项目公设、无 sorryAx。\nFoundationCompactProofTokenMachineInversion.lean", fillcolor="#dff2e8", color="#2f6f57", penwidth=2.8];
    certparser [label="Primitive-recursive PA/structural certificate parsers\n原始递归 PA 公理 / 结构证书解析器（规范完备方向）\n\nLean 内核已检查：\n1. 23 个 PA 公理标签全部覆盖；0..21 固定，3/4 校验函数/关系码；\n2. tag 22 调用同一 binder-arity-1 公式解析器；\n3. 新 PA 证书 token 编码逐证书等于旧 binary code 的 Nat 前缀流；\n4. leaf/axiomCert/unary/binary 四类结构证书由显式任务栈递归解析；\n5. binary 左右子证书按编码顺序消费同一 suffix；\n6. 线性步数界、固定二次 fuel 和两个规范往返端点均已闭合；\n7. PA 标签分派、结构节点、总状态机和公开 parser 全部 primitive recursive。\n\n七个关键端点公理画像仅 propext / Classical.choice / Quot.sound；\n静态禁用项扫描为空。\nFoundationCompactCertificateTokenMachine.lean", fillcolor="#dff2e8", color="#2f6f57", penwidth=2.8];
    certinversion [label="Exact arbitrary-input PA/structural certificate inversion\nPA 公理 / 结构证书任意输入精确反演\n\nLean 内核已检查：\n1. 固定标签 0..21 逐项恢复对应 PA 公理证书构造器；\n2. 标签 3/4 恢复同 arity、同编码的真实函数 / 关系符号；\n3. 标签 22 恢复 binder-arity-1 归纳公式；\n4. leaf / axiomCert / unary / binary 四类节点全部反向恢复；\n5. binary 严格恢复左右子证书顺序；\n6. 两个 parser 成功 iff 输入为真实证书规范 token 前缀 ++ 同一 suffix。\n\n两个端点公理画像仅 propext / Classical.choice / Quot.sound；\n无 rawCode、无项目公设、无 sorryAx。\nFoundationCompactCertificateTokenMachineInversion.lean", fillcolor="#dff2e8", color="#2f6f57", penwidth=2.8];
    proofbitsync [label="Listed proof typed decoder iff exact token prefix\n列表保持证明解码器与 token 前缀双向等价\n\nLean 内核已检查：\n1. closed/axm/verum/and/or/all/exs/wk/shift/cut 十规则全覆盖；\n2. sequent、term、formula 与左右子证明保留同一真实 bit suffix；\n3. axm 分支恢复同一 ArithmeticSentence；\n4. 成功方向与完备方向均覆盖非规范 binaryNat 表示；\n5. and/cut 严格保留左右子树消费次序。\n\n公理画像仅 propext / Classical.choice / Quot.sound；\n无 rawCode、无项目公设、无 sorryAx。\nFoundationCompactProofBitTokenSynchronization.lean", fillcolor="#dff2e8", color="#2f6f57", penwidth=2.8];
    certbitsync [label="PA/structural certificate typed decoder iff exact token prefix\nPA 公理 / 结构证书解码器与 token 前缀双向等价\n\nLean 内核已检查：\n1. 23 个 PA 公理标签及 induction 公式体全部覆盖；\n2. 函数/关系符号由 decode₂ 恢复同 arity 真实符号；\n3. leaf/axiomCert/unary/binary 四类递归证书全覆盖；\n4. binary 严格保留左右证书顺序及同一位后缀；\n5. 任意成功位串与精确 token 前缀双向等价。\n\n公理画像仅 propext / Classical.choice / Quot.sound；\n无 rawCode、无项目公设、无 sorryAx。\nFoundationCompactCertificateBitTokenSynchronization.lean", fillcolor="#dff2e8", color="#2f6f57", penwidth=2.8];
    packedtokensync [label="Primitive-recursive packed stream + exact typed-decoder equivalence\n原始递归打包 token 流 + 类型化解码器精确等价\n\nLean 内核已检查：\n1. 公开 code 的 sentinel 哨兵位与 payload 剥离使用同一 packedPayloadBits；\n2. payload 逐前缀转为完整 Nat token 流，流函数已证 Primrec；\n3. listed proof tokens ++ structural certificate tokens 按公开解码顺序精确拼接；\n4. 证明码 token 流成功 iff 同一 typed proof + certificate 解码成功；\n5. formulaCode token 流成功 iff 同一 typed formula 解码成功；\n6. 两个等价均保留全载荷消费与非规范 binaryNat 表示。\n\n公理画像仅 propext / Classical.choice / Quot.sound；\n无 rawCode、无项目公设、无 sorryAx。\nFoundationCompactListedPackedBitTokenSynchronization.lean", fillcolor="#dff2e8", color="#2f6f57", penwidth=2.8];
    numericvalues [label="Primitive-recursive term/formula/sequent value parsers\n原始递归项 / 公式 / 序列数值值解析器\n\nLean 内核已检查：\n1. 在结构判断同时保留精确 canonical token slice；\n2. term 与 formula 解析返回已消费值及同一 suffix；\n3. sequent 按首 token 的基数逐公式解析并保持原顺序；\n4. 规范输入精确往返；任意成功输入恢复真实 typed syntax；\n5. 单值、重复值、sequent 总解析器全部 primitive recursive。\n\n九个审计端点公理画像仅\npropext / Classical.choice / Quot.sound；无 sorryAx。\nFoundationCompactNumericSyntaxValueParser.lean", fillcolor="#dff2e8", color="#2f6f57", penwidth=2.8];
    numericchecks [label="Primitive-recursive numeric formula-list checks\n原始递归数值公式列表检查\n\nLean 内核已检查：\n1. canonical formula token 编码单射；\n2. token equality / membership / subset / set equality 全部 primitive recursive；\n3. 四个结果在任意规范公式列表上逐点等于 typed trace；\n4. 重复元素按 Finset 外延语义处理，与原检查器一致。\n\n九个审计端点公理画像仅\npropext / Classical.choice / Quot.sound；无 sorryAx。\nFoundationCompactNumericFormulaListChecks.lean", fillcolor="#dff2e8", color="#2f6f57", penwidth=2.8];
    numericconstructors [label="Primitive-recursive direct formula constructors\n原始递归直接公式构造器\n\nLean 内核已检查：\n1. verum / falsum / and / or / all / exs 六种构造全为纯 token 函数；\n2. 六个函数全部 primitive recursive；\n3. 每个规范输入逐 token 精确等于真实 typed formula 编码。\n\n审计端点仅依赖 Lean 标准公理；无 sorryAx。\nFoundationCompactNumericFormulaConstructors.lean", fillcolor="#dff2e8", color="#2f6f57", penwidth=2.8];
    numericnegation [label="Primitive-recursive formula-negation token machine\n原始递归公式否定记号机\n\nLean 内核已检查：\n1. 运行状态只有 Nat 与 Nat 列表，不把 typed syntax 当输入；\n2. term 记号逐项原样复制，八种 formula 标签执行真实 De Morgan 对偶；\n3. term / term-list / formula 的完整任务执行语义均已闭合；\n4. step、bounded run 与公开 transform 全部 primitive recursive；\n5. 规范公式前缀精确返回 negated formula tokens + 同一 suffix。\n\n两个最终端点公理画像仅\npropext / Classical.choice / Quot.sound；无 sorryAx。\nFoundationCompactNumericFormulaNegation.lean", fillcolor="#dff2e8", color="#2f6f57", penwidth=2.8];
    numericshift [label="Primitive-recursive formula-shift token machine\n原始递归公式移位记号机\n\nLean 内核已检查：\n1. 运行状态只有 Nat 与 Nat 列表，逐任务消费同一 parser token 流；\n2. bound variable 与全部结构标签原样保留，free variable [1,i] 精确变为 [1,i+1]；\n3. term / term-list / formula 的完整执行语义逐点等于 Rewriting.shift；\n4. step、bounded run 与公开 transform 全部 primitive recursive；\n5. 规范公式前缀精确返回 shifted formula tokens + 同一 suffix。\n\n最终端点公理画像仅\npropext / Classical.choice / Quot.sound；无 sorryAx。\nFoundationCompactNumericFormulaShift.lean", fillcolor="#dff2e8", color="#2f6f57", penwidth=2.8];
    numericfree [label="Primitive-recursive formula-free token machine\n原始递归公式自由化记号机\n\nLean 内核已检查：\n1. source arity n+1 精确降到 target arity n，任务栈携带量词下真实当前元数；\n2. 最后 bound variable 变为 &0，较早 bound variable 保持，旧 free variable 取后继；\n3. 仅消费长度为 2 的真实变量头，空消费、失败路径及函数头均不会误触发；\n4. term / term-list / formula 沿元数等式的完整语义逐点等于 Rewriting.free；\n5. step、bounded run、公开 transform 均 primitive recursive，规范输入保留同一 suffix。\n\n最终端点公理画像仅\npropext / Classical.choice / Quot.sound；无 sorryAx。\nFoundationCompactNumericFormulaFree.lean", fillcolor="#dff2e8", color="#2f6f57", penwidth=2.8];
    numericsubstitution [label="Primitive-recursive one-variable substitution token machine\n原始递归单变量代入记号机\n\nLean 内核已检查：\n1. 运行状态只有 Nat 与 Nat 列表，见证项以固定 token 输入进入迭代；\n2. 任务栈精确跟踪量词下 source arity 1+d；\n3. 最后 bound variable 替换为完整闭见证 token，其余变量与结构头原样保留；\n4. term / term-list / formula 完整执行语义逐 token 等于 ((Rew.subst ![w]).qpow d)；\n5. step、bounded run、公开 transform 均 primitive recursive，规范公式前缀保留同一 suffix。\n\n最终端点公理画像仅\npropext / Classical.choice / Quot.sound；无 sorryAx。\nFoundationCompactNumericFormulaSubstitution.lean", fillcolor="#dff2e8", color="#2f6f57", penwidth=2.8];
-     numericparser [label="【主终端当前：PA 公理候选句的纯数值构造】\nPublic local-check numeric graph\n公开局部检查纯数值图\n\n已闭合：打包输入 token 化、typed decoder 同步、数值语法值、\n四类列表检查、六种直接构造、否定、移位、自由化及单变量代入。\n\n当前证明任务：\n1. 构造 23 类 PA 公理候选句的纯 token 运算；\n2. 用已闭合检查逐规则复现 listedCertificateValidTrace；\n3. 覆盖十条证明规则、23 类 PA 公理与四类结构证书；\n4. 闭合完整公开 verifier 的 primitive-recursive graph 及逐点结果等式。\n\n完成标准：同一 code / formulaCode 上接受结果逐点相等；\n不借旧 rawCode，不增加隐藏见证长度，不把 typed syntax 当外部输入。", fillcolor="#fff0c9", color="#b37a12", penwidth=2.8];
+     numericfixedaxioms [label="Primitive-recursive fixed PA-axiom sentence table\n原始递归固定 PA 公理句表\n\nLean 内核已检查：\n1. 证书标签 0..21 的 22 个非归纳分支全覆盖；\n2. 20 个无参数公理直接返回规范句 token 常量；\n3. 函数外延按 4 个合法 (arity,code) 分派，关系外延按 2 个合法对分派；\n4. 输入/输出只有 Nat、Nat×Nat 和 List Nat，整个查表函数 primitive recursive；\n5. 每个规范固定证书逐 token 精确等于 certificate.sentence。\n\n五个审计端点公理画像仅\npropext / Classical.choice / Quot.sound；无 sorryAx。\nFoundationCompactNumericFixedPAAxiomSentence.lean", fillcolor="#dff2e8", color="#2f6f57", penwidth=2.8];
+     numericparser [label="【主终端当前：归纳公理句的纯数值构造】\nPublic local-check numeric graph\n公开局部检查纯数值图\n\n已闭合：打包输入 token 化、typed decoder 同步、数值语法值、\n四类列表检查、六种直接构造、否定/移位/自由化/代入，\n以及标签 0..21 的全部固定 PA 公理句。\n\n当前证明任务：\n1. 纯 token 构造标签 22 的 succInd(body)；\n2. 实现 fvSup / fixitr / allClosure 及 candidate-length guard；\n3. 合并 23 标签后逐规则复现 listedCertificateValidTrace；\n4. 闭合完整公开 verifier 的 primitive-recursive graph 及逐点结果等式。\n\n完成标准：同一 code / formulaCode 上接受结果逐点相等；\n不借旧 rawCode，不增加隐藏见证长度，不把 typed syntax 当外部输入。", fillcolor="#fff0c9", color="#b37a12", penwidth=2.8];
    compactformula [label="CompactProof(x,y) + Con_PA^compact(k)\n紧凑证明谓词算术公式 + 紧凑有限一致性句\n绿色 ListedCertifiedFiniteConsistencyAt 已给出正确 Lean Prop 元层语义\n旧 succinctFiniteConsistencySentence 仍指 raw-code checker（原始码检查器）\n待证明：算术句标准模型精确等价于同一 guarded compact verifier\n以及短二进制数词实例的公式大小界", fillcolor="#f3f3f3", color="#777777", style="rounded,filled,dashed", penwidth=2.0];
    patrace [label="PA computation-trace theorem\nPA 计算轨迹定理\naccepted run -> short PA proof of CompactProof(x,y)\n接受运行 -> CompactProof(x,y) 的短 PA 证明", fillcolor="#f3f3f3", color="#777777", style="rounded,filled,dashed"];
    suitable [label="suitable numeration（合适枚举）\nbit graph representability（位图可表示性）\npolynomial proof construction（多项式证明构造）", fillcolor="#f3f3f3", color="#777777", style="rounded,filled,dashed"];
    cond0 [label="Pudlak condition (0)（普德拉克条件 0）\nPA 内证明 proof-bound monotonicity（证明长度界单调性）\nP 的较紧/较松 cutoff 可在同一公式中转换", fillcolor="#f3f3f3", color="#777777", style="rounded,filled,dashed"];
    cond1 [label="Pudlak condition (1)（普德拉克条件 1）\nexternal short proof -> internal P(n, code(phi))\n外部短证明以多项式开销内部化为 P 实例", fillcolor="#f3f3f3", color="#777777", style="rounded,filled,dashed"];
    cond2 [label="Pudlak condition (2)（普德拉克条件 2）\nP(n,m) -> P(q1(n), code(P(n,m)))\n证明谓词实例自身的定量内部化", fillcolor="#f3f3f3", color="#777777", style="rounded,filled,dashed"];
    cond3 [label="Pudlak condition (3)（普德拉克条件 3）\nbounded modus ponens composition（有界肯定前件合成）\nP(n,phi) 与 P(n,phi->psi) -> P(q2(n),psi)", fillcolor="#f3f3f3", color="#777777", style="rounded,filled,dashed"];
    mpcompiler [label="Accepted-code bounded modus ponens compiler\n接受码有界肯定前件编译器（外部语义层已闭合）\n\n同一公开列表保持验证器：\naccept(codeImp, A->B) + accept(codeA, A)\n  -> exists codeB, accept(codeB, B)\n完整载荷界：\n|codeB| <= |codeImp| + |codeA| + 240 + 34*S(A,B)\n两份输入 proof tree + certificate 原样复用\n树级、证书级、规范码级及任意接受码端点均已通过\n无隐藏长度参数；无 sorryAx\nFoundationCompactCertifiedModusPonens.lean\n\n注意：这里只关闭外部码合成；\nPA 内部 condition (3) 仍须由 arithmetic trace 内化。", fillcolor="#dff2e8", color="#2f6f57", penwidth=2.8];
    conjcompiler [label="Accepted-code bounded conjunction compiler\n接受码有界合取编译器（外部语义层已闭合）\n\naccept(codeA,A) + accept(codeB,B)\n  -> exists codeAnd, accept(codeAnd,A and B)\n完整载荷界：\n|codeAnd| <= |codeA| + |codeB| + 144 + 11*S(A,B)\n两棵输入树与两份完整证书原样复用\n任意接受码端点及 axiom profile 已通过\n无 sorryAx\nFoundationCompactCertifiedConjunction.lean\n\n注意：固定重言式与原文拼接步骤 (i)-(v)\n以及 PA 内部化仍未闭合。", fillcolor="#dff2e8", color="#2f6f57", penwidth=2.8];
    qdiagonal [label="Quantitative parameterized diagonalization\n定量参数化对角化（同一完整载荷坐标已闭合）\nFoundation parameterized_diagonal₁：固定 P 的全称证明为常数\n真实 Derivation2 实例化：cut + wk + exs + closed\n显式结构证书：binary(unary(baseCert), unary(leaf))\n公开列表保持验证器接受完整 proof+certificate 打包码\n短二进制数码项：2*previous+bit\n码长 O(Nat.size m)，标准模型值严格为 m\n最终完整载荷界：baseProof+baseCert+192\n + 2048*(formulaConstant+stepConstant*|m|+1)^3\n同一公式实例的精确最短载荷也不超过该界\n具体 CompactProof 谓词仍由灰色算术化节点提供\nFoundationCompactDerivationSpecialization.lean\nFoundationCompactCertifiedDerivationSpecialization.lean\nFoundationCompactBinaryNumeralTerm.lean\nFoundationCompactParameterizedDiagonalSpecialization.lean\n端点无 sorryAx", fillcolor="#dff2e8", color="#2f6f57", penwidth=2.8];
    proofassembly [label="Bounded proof-calculus assembly (i)-(v)\n有界证明演算拼接（原文步骤 i-v）\n固定命题重言式 + (0)-(3) + MP/conjunction composition\n逐步得到 not P(q5(m), bottom) -> D(m)\n每次拼接与公式实例化均须显式多项式长度", fillcolor="#f3f3f3", color="#777777", style="rounded,filled,dashed"];
    paconsistency [label="PA consistency in the standard model\nPA 在标准模型中的一致性\naccepted falsum proof -> real Derivation2 -> contradiction\n项目已有 noListedCertifiedPAProofOfFalsum；无 sorryAx", fillcolor="#dff2e8", color="#2f6f57", penwidth=2.4];
    exponentextract [label="Consistency contradiction + exponent extraction\n一致性反证 + 指数提取\n短 D(m) 证明与一致性冲突\nq5(m) 的多项式重标定 -> 存在 epsilon > 0\n推出 Con_A(n) 无 n^epsilon 长度证明", fillcolor="#f3f3f3", color="#777777", style="rounded,filled,dashed"];
    diagonal [label="Pudlak 1986 Theorem 3.1\n普德拉克 1986 定理 3.1\ndiagonal proof-length lower bound\n对角证明长度下界", fillcolor="#f3f3f3", color="#777777", style="rounded,filled,dashed", penwidth=2.0];
    internalnote [shape=note, label="关键注释：外部运行时间界不能自动变成 PA 内部短证明。\n必须构造 accepted computation trace（接受计算轨迹），\n并在同一算术编码中逐步验证。", fillcolor="#e8f1f8", color="#4e7892"];

    predicate -> compactformula [label="exact standard-model relation\n精确标准模型关系"];
    minmeasure -> compactformula [label="same honest payload length\n同一诚实载荷长度"];
    canonicalnormalize -> compactformula [style=dotted, label="normalization audit only; public guarded verifier remains the target\n仅作规范化审计；目标仍是公开带守卫验证器"];
    predicate -> listedconmeta [label="same accepted-code relation\n同一接受码关系"];
    minmeasure -> listedconmeta [label="same payload coordinate\n同一载荷坐标"];
    listedconmeta -> compactformula [label="arithmetize this exact semantics\n算术化这一精确语义"];
    canonicalnormalize -> listedconmeta [label="pointwise same-cutoff equivalence\n逐点同截断值等价"];
    polytime -> arithinput [label="same packed inputs and bit-cost coordinate\n同一打包输入与位成本坐标"];
    arithinput -> tokenstream [label="primitive-recursive payload and Nat-prefix base\n原始递归载荷与自然数前缀基础"];
    tokenstream -> bitsync [label="exact arbitrary-input stream semantics\n任意输入流精确语义"];
    tokenstream -> syntaxparser [label="bounded exact tokenization\n有界精确记号化"];
    bitsync -> syntaxbitsync [label="exact bit suffix invariant\n精确位后缀不变量"];
    syntaxparser -> syntaxbitsync [label="same term/formula token grammar\n同一项/公式 token 文法"];
    syntaxparser -> syntaxinversion [label="backward typed realization invariant\n反向类型化实现不变量"];
    syntaxinversion -> numericvalues [label="arbitrary syntax success is canonical\n任意语法成功均为真实规范前缀"];
    syntaxinversion -> closedformula [label="typed prefix recovery + no-fvar invariant\n类型化前缀恢复 + 无自由变量不变量"];
    closedformula -> proofparser [label="axm sentence task\n公理叶闭句任务"];
    syntaxparser -> proofparser [label="checked syntax-task machine\n已检查语法任务机"];
    syntaxparser -> certparser [label="induction-body formula parser\n归纳公理体公式解析"];
    syntaxinversion -> proofinversion [label="term / formula arbitrary inversion\n项 / 公式任意反演"];
    proofparser -> proofinversion [label="ten-rule numeric state machine\n十规则纯数值状态机"];
    closedformula -> proofinversion [label="real sentence recovery\n真实闭句恢复"];
    proofinversion -> numericparser [label="arbitrary proof success is canonical\n任意证明成功均为真实规范前缀"];
    syntaxinversion -> certinversion [label="induction-formula arbitrary inversion\n归纳公式任意反演"];
    certparser -> certinversion [label="23+4 certificate numeric machines\n23+4 类证书纯数值机"];
    certinversion -> numericparser [label="arbitrary certificate success is canonical\n任意证书成功均为真实规范前缀"];
    syntaxbitsync -> numericparser [label="term/formula typed-bit equivalence closed\n项/公式类型化位级等价已闭合"];
    bitsync -> proofbitsync [label="same exact bit suffix\n同一精确位后缀"];
    syntaxbitsync -> proofbitsync [label="typed sequent/term/formula components\n类型化序列/项/公式部件"];
    proofparser -> proofbitsync [label="same ten-rule token grammar\n同一十规则 token 文法"];
    bitsync -> certbitsync [label="same exact bit suffix\n同一精确位后缀"];
    syntaxbitsync -> certbitsync [label="induction-body formula synchronization\n归纳公式体同步"];
    certparser -> certbitsync [label="same 23+4 token grammar\n同一 23+4 类 token 文法"];
    proofbitsync -> numericparser [label="typed proof bit equivalence closed\n证明树类型化位级等价已闭合"];
    certbitsync -> numericparser [label="typed certificate bit equivalence closed\n证书类型化位级等价已闭合"];
    arithinput -> packedtokensync [label="same sentinel-packed inputs\n同一哨兵位打包输入"];
    tokenstream -> packedtokensync [label="primitive-recursive full tokenization\n原始递归完整 token 化"];
    proofbitsync -> packedtokensync [label="proof segment equivalence\n证明段等价"];
    certbitsync -> packedtokensync [label="certificate segment equivalence\n证书段等价"];
    packedtokensync -> numericvalues [label="same public token streams\n同一公开 token 流"];
    numericvalues -> numericchecks [label="exact numeric syntax values\n精确数值语法值"];
    numericchecks -> numericparser [label="same local list decisions\n同一局部列表判定"];
    numericvalues -> numericconstructors [label="canonical token values\n规范 token 值"];
    numericconstructors -> numericparser [label="six direct formula constructors\n六种直接公式构造"];
    numericvalues -> numericnegation [label="same parser task semantics\n同一解析任务语义"];
    numericnegation -> numericparser [label="exact De Morgan token transform\n精确 De Morgan 记号变换"];
    numericvalues -> numericshift [label="same parser task semantics\n同一解析任务语义"];
    numericshift -> numericparser [label="exact free-index successor transform\n精确自由变量后继变换"];
    numericvalues -> numericfree [label="same parser task and binder arity\n同一解析任务与绑定元数"];
    numericfree -> numericparser [label="exact arity-lowering free transform\n精确降元自由化变换"];
    numericvalues -> numericsubstitution [label="same parser task and witness tokens\n同一解析任务与见证记号"];
    numericsubstitution -> numericparser [label="exact qpow substitution transform\n精确量词下代入变换"];
+     certbitsync -> numericfixedaxioms [label="same PA-certificate tags and parameters\n同一 PA 证书标签与参数"];
+     numericfixedaxioms -> numericparser [label="tags 0..21 exact sentence tokens\n标签 0..21 精确公理句记号"];
    numericparser -> compactformula [label="same numeric machine graph\n同一纯数值机器图"];
    compactformula -> patrace [label="fixed formula and binary numerals\n固定公式与二进制数词"];
    internalnote -> patrace [style=dotted, arrowhead=none, constraint=false];
    patrace -> suitable;
    suitable -> cond0;
    suitable -> cond1;
    suitable -> cond2;
    suitable -> cond3;
    predicate -> mpcompiler [label="same public verifier\n同一公开验证器"];
    canonicalnormalize -> mpcompiler [label="decoded payload never grows\n解码规范化不增长"];
    mpcompiler -> cond3 [style=dotted, label="external compiler closed; PA internal proof remains\n外部编译已闭合；仍需 PA 内部短证明"];
    predicate -> conjcompiler [label="same public verifier\n同一公开验证器"];
    canonicalnormalize -> conjcompiler [label="decoded payload never grows\n解码规范化不增长"];
    conjcompiler -> proofassembly [style=dotted, label="external conjunction primitive closed\n外部合取原语已闭合"];
    compactformula -> qdiagonal [style=dotted, arrowhead=none, constraint=false, label="later instantiate the closed generic compiler at concrete P\n后续把已闭合通用编译器实例化到具体 P"];
    suitable -> qdiagonal [style=dotted, arrowhead=none, constraint=false, label="concrete P conditions belong to later assembly\n具体 P 条件属于后续拼接"];
    transformcode -> qdiagonal [label="formula-instance size bound already checked\n公式实例大小界已检查"];
    cond0 -> proofassembly;
    cond1 -> proofassembly;
    cond2 -> proofassembly;
    cond3 -> proofassembly;
    qdiagonal -> proofassembly;
    proofassembly -> exponentextract;
    paconsistency -> exponentextract;
    exponentextract -> diagonal;
  }

  subgraph cluster_buss {
    label="H. Buss-Pudlak lower bound（布斯-普德拉克下界）";
    color="#9a9a9a";
    style="rounded,dashed";

    family [label="F_n = Con_T((f(n))^c)\n有限一致性公式族\nsame T / proof system / symbol length\n同一理论 / 证明系统 / 符号长度", fillcolor="#f3f3f3", color="#777777", style="rounded,filled,dashed"];
    rescale [label="Buss 1994 Theorem 5\n布斯 1994 第 5 定理\ntime-constructible rescaling\n时间可构造重标定", fillcolor="#f3f3f3", color="#777777", style="rounded,filled,dashed", penwidth=2.0];
    lower [label="minProofLength(F_n) > U(n) eventually\n最短证明长度最终大于 U(n)\nsuper-polynomial lower bound（超多项式下界）", fillcolor="#e9e3f5", color="#76639a", style="rounded,filled,dashed", penwidth=2.0];
    lowernote [shape=note, label="关键注释：文献下界只能用于原文满足条件的\nformula family（公式族）、proof system（证明系统）\n和 symbol length（符号长度）；名字相似不能替代对象恒等。", fillcolor="#e8f1f8", color="#4e7892"];

    compactformula -> family [label="same CompactProof predicate\n同一紧凑证明谓词"];
    minmeasure -> family [label="exact minimum length coordinate\n精确最短长度坐标"];
    diagonal -> rescale [label="power lower-bound seed\n幂下界种子"];
    family -> rescale;
    rescale -> lower [label="explicit time-constructible f\n显式时间可构造函数 f"];
    lowernote -> rescale [style=dotted, arrowhead=none, constraint=false];
  }

  subgraph cluster_collision {
    label="I. Same-object upper bound and collision（同对象上界与碰撞）";
    color="#9a9a9a";
    style="rounded,dashed";

    sondowcert [label="Sondow checked certificates\n索多已检查证书\nassume gamma rational（假设欧拉常数有理）\n本节点只表示证书已检查，不等于同对象上界已完成", fillcolor="#dff2e8", color="#3f7c66"];
    samecompiler [label="Sondow same-object compiler\n索多同对象编译器\ncertificate -> real proof of the same F_n\n证书 -> 同一 F_n 的真实证明", fillcolor="#f3f3f3", color="#777777", style="rounded,filled,dashed"];
    upper [label="minProofLength(F_n) <= U(n)\n最短证明长度不超过多项式 U(n)\npolynomial upper bound（多项式上界）\n等待 same-object compiler（同对象编译器）", fillcolor="#f3f3f3", color="#777777", style="rounded,filled,dashed"];
    collision [label="U(N) < minProofLength(F_N) <= U(N)\n同一 N、同一公式、同一检查器、同一长度的矛盾\ncollision theorem（碰撞定理）", fillcolor="#f8d9d6", color="#a8443d", style="rounded,filled,dashed", penwidth=2.5];
    final [label="not is_rational euler_mascheroni\n欧拉-马歇罗尼常数非有理\n仅在全部上游根定理闭合后成立", fillcolor="#f8d9d6", color="#a8443d", style="rounded,filled,dashed", penwidth=2.5];
    samenote [shape=note, label="关键注释：碰撞必须是同一 N、同一 F_N、\n同一 checker（检查器）和同一 length measure（长度度量）。\n只证明两个抽象接口各自存在不能形成碰撞。", fillcolor="#e8f1f8", color="#4e7892"];

    sondowcert -> samecompiler;
    family -> samecompiler [label="formula identity\n公式恒等"];
    predicate -> samecompiler [label="same checker/length\n同一检查器/长度"];
    minmeasure -> samecompiler [label="same minimum payload measure\n同一最短载荷度量"];
    samecompiler -> upper [label="canonical accepted proof code\n规范且被接受的证明码"];
    upper -> collision [label="same F_N / same length\n同一 F_N / 同一长度"];
    lower -> collision [label="same F_N / same length\n同一 F_N / 同一长度"];
    samenote -> collision [style=dotted, arrowhead=none, constraint=false];
    collision -> final;
  }

  subgraph cluster_audit {
    label="J. Submission-grade audit gates（投稿级审计门）";
    color="#76639a";
    style="rounded";

    axioms [label="#print axioms audit（公理画像审计）\n已完成节点仅依赖：\npropext（命题外延）\nClassical.choice（经典选择）\nQuot.sound（商类型可靠性）", fillcolor="#e9e3f5", color="#76639a"];
    forbidden [label="Forbidden project assumptions（禁止项目级假设）\nno tail_gap（无尾部间隙参数）\nno upper_provider（无上界提供者参数）\nno project proof_length（无项目证明长度公设）\nno sorryAx（无未完成证明公设）", fillcolor="#e9e3f5", color="#76639a"];
    gate [label="Final dependency audit（最终依赖审计）\nsame formula / parameter / checker / measure\n同一公式 / 参数 / 检查器 / 度量", fillcolor="#e9e3f5", color="#76639a", penwidth=2.0];

    totalcanonical -> axioms [style=dotted];
    publiciff -> axioms [style=dotted];
    completeness -> axioms [style=dotted];
    nattrace -> axioms [style=dotted];
    polytime -> forbidden [style=dashed];
    diagonal -> forbidden [style=dashed];
    samecompiler -> forbidden [style=dashed];
    lower -> gate;
    upper -> gate;
    axioms -> gate;
    forbidden -> gate;
    gate -> collision [style=dashed, label="audit pass\n审计通过"];
  }

  subgraph cluster_rejected_routes {
    label="K. Rejected historical routes（经审计弃用的历史路线；不通向主结论）";
    color="#a8443d";
    style="rounded,dashed";

    rawgodel [label="Nat.size(rawProofCode) lower bound\n原始哥德尔证明码位长下界\nunary-numeral encoding artifact（一元数词编码伪影）", fillcolor="#f8d9d6", color="#a8443d", style="rounded,filled,dashed"];
    postfixraw [label="Postfix checker rebuilding rawCode\n重建 rawCode 的后缀检查器\nprimitive recursive != polynomial time\n原始递归不等于多项式时间", fillcolor="#f8d9d6", color="#a8443d", style="rounded,filled,dashed"];
    abstractgap [label="tail_gap / computable_gap input\n尾部间隙 / 可计算间隙输入\nassumes the lower bound（预设下界）", fillcolor="#f8d9d6", color="#a8443d", style="rounded,filled,dashed"];
    abstractupper [label="upper_provider input\n上界提供者输入\nassumes the Sondow bridge（预设索多桥）", fillcolor="#f8d9d6", color="#a8443d", style="rounded,filled,dashed"];
    unsimulated [label="Unproved Hilbert-system simulation\n未证明的 Hilbert 系统模拟\nwrong/uncalibrated proof measure\n错误或未校准的证明度量", fillcolor="#f8d9d6", color="#a8443d", style="rounded,filled,dashed"];
    graft [label="strengthened_to_partial / transfer_to_graft\n加强到部分 / 嫁接转移接口\ninterface packaging without source theorem\n只有接口包装、没有源定理", fillcolor="#f8d9d6", color="#a8443d", style="rounded,filled,dashed"];
    rejectednote [shape=note, label="弃用判据：编码伪影、循环输入、对象错位，\n或只给接口而没有根定理。\n本区域没有任何边连接最终碰撞定理。", fillcolor="#fff1f0", color="#a8443d"];

    rawgodel -> postfixraw [style=dotted, color="#a8443d"];
    abstractgap -> graft [style=dotted, color="#a8443d"];
    abstractupper -> graft [style=dotted, color="#a8443d"];
    unsimulated -> graft [style=dotted, color="#a8443d"];
    rejectednote -> graft [style=dotted, arrowhead=none, color="#a8443d"];
  }
}
